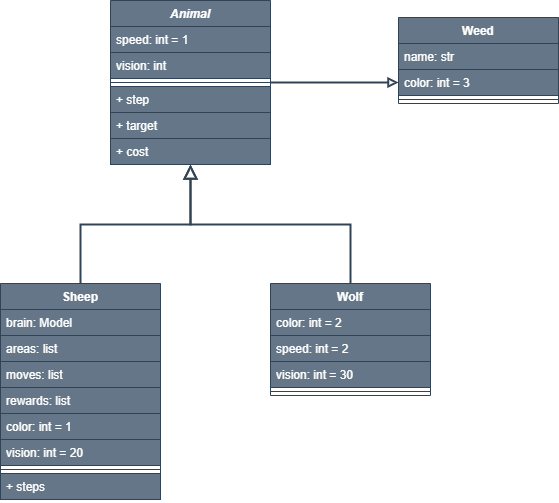
This is docs/umls/classes.png from kamnsv/AI-Life-Simulator, a draw.io export, as it was before one commit. Source tidied: cells renumbered, new cells last; positions are measured from the earlier drawing's top-left corner, leaving out a move shared by most shapes. The source it was exported from:
```xml
<mxGraphModel>
  <root>
    <mxCell id="0" />
    <mxCell id="1" parent="0" />
    <mxCell id="2" style="edgeStyle=orthogonalEdgeStyle;rounded=0;jettySize=auto;html=1;entryX=0;entryY=0.5;entryDx=0;entryDy=0;endArrow=block;endFill=0;labelBackgroundColor=none;strokeColor=#314354;fontColor=default;fillColor=#647687;strokeWidth=2;" parent="1" edge="1" source="3" target="28">
      <mxGeometry relative="1" as="geometry" />
    </mxCell>
    <mxCell id="3" value="Animal" style="swimlane;fontStyle=3;align=center;verticalAlign=top;horizontal=1;startSize=26;rounded=0;shadow=0;strokeWidth=1;labelBackgroundColor=none;fillColor=#647687;strokeColor=#314354;fontColor=#ffffff;" parent="1" vertex="1">
      <mxGeometry x="110" width="160" height="164" as="geometry" />
    </mxCell>
    <mxCell id="4" value="speed: int = 1" style="text;align=left;verticalAlign=top;spacingLeft=4;spacingRight=4;overflow=hidden;labelBackgroundColor=none;fillColor=#647687;strokeColor=#314354;fontColor=#ffffff;" parent="3" vertex="1">
      <mxGeometry y="26" width="160" height="26" as="geometry" />
    </mxCell>
    <mxCell id="5" value="vision: int" style="text;align=left;verticalAlign=top;spacingLeft=4;spacingRight=4;overflow=hidden;rounded=0;shadow=0;html=0;labelBackgroundColor=none;fillColor=#647687;strokeColor=#314354;fontColor=#ffffff;" parent="3" vertex="1">
      <mxGeometry y="52" width="160" height="26" as="geometry" />
    </mxCell>
    <mxCell id="6" style="line;html=1;strokeWidth=1;align=left;verticalAlign=middle;spacingTop=-1;spacingLeft=3;spacingRight=3;labelPosition=right;labelBackgroundColor=none;fillColor=#647687;strokeColor=#314354;fontColor=#ffffff;" parent="3" vertex="1">
      <mxGeometry y="78" width="160" height="8" as="geometry" />
    </mxCell>
    <mxCell id="7" value="+ step" style="text;align=left;verticalAlign=top;spacingLeft=4;spacingRight=4;overflow=hidden;labelBackgroundColor=none;fillColor=#647687;strokeColor=#314354;fontColor=#ffffff;" parent="3" vertex="1">
      <mxGeometry y="86" width="160" height="26" as="geometry" />
    </mxCell>
    <mxCell id="8" value="+ target" style="text;align=left;verticalAlign=top;spacingLeft=4;spacingRight=4;overflow=hidden;labelBackgroundColor=none;fillColor=#647687;strokeColor=#314354;fontColor=#ffffff;" parent="3" vertex="1">
      <mxGeometry y="112" width="160" height="26" as="geometry" />
    </mxCell>
    <mxCell id="9" value="+ cost" style="text;align=left;verticalAlign=top;spacingLeft=4;spacingRight=4;overflow=hidden;labelBackgroundColor=none;fillColor=#647687;strokeColor=#314354;fontColor=#ffffff;" parent="3" vertex="1">
      <mxGeometry y="138" width="160" height="26" as="geometry" />
    </mxCell>
    <mxCell id="10" value="Sheep" style="swimlane;fontStyle=1;align=center;verticalAlign=top;horizontal=1;startSize=26;rounded=0;shadow=0;strokeWidth=1;labelBackgroundColor=none;fillColor=#647687;strokeColor=#314354;fontColor=#ffffff;" parent="1" vertex="1">
      <mxGeometry y="283" width="160" height="216" as="geometry" />
    </mxCell>
    <mxCell id="11" value="brain: Model" style="text;align=left;verticalAlign=top;spacingLeft=4;spacingRight=4;overflow=hidden;labelBackgroundColor=none;fillColor=#647687;strokeColor=#314354;fontColor=#ffffff;" parent="10" vertex="1">
      <mxGeometry y="26" width="160" height="26" as="geometry" />
    </mxCell>
    <mxCell id="12" value="areas: list" style="text;align=left;verticalAlign=top;spacingLeft=4;spacingRight=4;overflow=hidden;rounded=0;shadow=0;html=0;labelBackgroundColor=none;fillColor=#647687;strokeColor=#314354;fontColor=#ffffff;" parent="10" vertex="1">
      <mxGeometry y="52" width="160" height="26" as="geometry" />
    </mxCell>
    <mxCell id="13" value="moves: list" style="text;align=left;verticalAlign=top;spacingLeft=4;spacingRight=4;overflow=hidden;rounded=0;shadow=0;html=0;labelBackgroundColor=none;fillColor=#647687;strokeColor=#314354;fontColor=#ffffff;" parent="10" vertex="1">
      <mxGeometry y="78" width="160" height="26" as="geometry" />
    </mxCell>
    <mxCell id="14" value="rewards: list" style="text;align=left;verticalAlign=top;spacingLeft=4;spacingRight=4;overflow=hidden;rounded=0;shadow=0;html=0;labelBackgroundColor=none;fillColor=#647687;strokeColor=#314354;fontColor=#ffffff;" parent="10" vertex="1">
      <mxGeometry y="104" width="160" height="26" as="geometry" />
    </mxCell>
    <mxCell id="15" value="color: int = 1" style="text;align=left;verticalAlign=top;spacingLeft=4;spacingRight=4;overflow=hidden;rounded=0;shadow=0;html=0;labelBackgroundColor=none;fillColor=#647687;strokeColor=#314354;fontColor=#ffffff;" parent="10" vertex="1">
      <mxGeometry y="130" width="160" height="26" as="geometry" />
    </mxCell>
    <mxCell id="16" value="vision: int = 20" style="text;align=left;verticalAlign=top;spacingLeft=4;spacingRight=4;overflow=hidden;rounded=0;shadow=0;html=0;labelBackgroundColor=none;fillColor=#647687;strokeColor=#314354;fontColor=#ffffff;" parent="10" vertex="1">
      <mxGeometry y="156" width="160" height="26" as="geometry" />
    </mxCell>
    <mxCell id="17" style="line;html=1;strokeWidth=1;align=left;verticalAlign=middle;spacingTop=-1;spacingLeft=3;spacingRight=3;labelPosition=right;labelBackgroundColor=none;fillColor=#647687;strokeColor=#314354;fontColor=#ffffff;" parent="10" vertex="1">
      <mxGeometry y="182" width="160" height="8" as="geometry" />
    </mxCell>
    <mxCell id="18" value="+ steps" style="text;align=left;verticalAlign=top;spacingLeft=4;spacingRight=4;overflow=hidden;labelBackgroundColor=none;fillColor=#647687;strokeColor=#314354;fontColor=#ffffff;" parent="10" vertex="1">
      <mxGeometry y="190" width="160" height="26" as="geometry" />
    </mxCell>
    <mxCell id="19" style="endArrow=block;endSize=10;endFill=0;shadow=0;strokeWidth=2;rounded=0;edgeStyle=elbowEdgeStyle;elbow=vertical;labelBackgroundColor=none;strokeColor=#314354;fontColor=default;fillColor=#647687;" parent="1" edge="1" source="10" target="3">
      <mxGeometry relative="1" as="geometry" />
    </mxCell>
    <mxCell id="20" value="Wolf" style="swimlane;fontStyle=1;align=center;verticalAlign=top;horizontal=1;startSize=26;rounded=0;shadow=0;strokeWidth=1;labelBackgroundColor=none;fillColor=#647687;strokeColor=#314354;fontColor=#ffffff;" parent="1" vertex="1">
      <mxGeometry x="270" y="283" width="160" height="112" as="geometry" />
    </mxCell>
    <mxCell id="21" value="color: int = 2" style="text;align=left;verticalAlign=top;spacingLeft=4;spacingRight=4;overflow=hidden;labelBackgroundColor=none;fillColor=#647687;strokeColor=#314354;fontColor=#ffffff;" parent="20" vertex="1">
      <mxGeometry y="26" width="160" height="26" as="geometry" />
    </mxCell>
    <mxCell id="22" value="speed: int = 2" style="text;align=left;verticalAlign=top;spacingLeft=4;spacingRight=4;overflow=hidden;labelBackgroundColor=none;fillColor=#647687;strokeColor=#314354;fontColor=#ffffff;" parent="20" vertex="1">
      <mxGeometry y="52" width="160" height="26" as="geometry" />
    </mxCell>
    <mxCell id="23" value="vision: int = 30" style="text;align=left;verticalAlign=top;spacingLeft=4;spacingRight=4;overflow=hidden;labelBackgroundColor=none;fillColor=#647687;strokeColor=#314354;fontColor=#ffffff;" parent="20" vertex="1">
      <mxGeometry y="78" width="160" height="26" as="geometry" />
    </mxCell>
    <mxCell id="24" style="line;html=1;strokeWidth=1;align=left;verticalAlign=middle;spacingTop=-1;spacingLeft=3;spacingRight=3;labelPosition=right;labelBackgroundColor=none;fillColor=#647687;strokeColor=#314354;fontColor=#ffffff;" parent="20" vertex="1">
      <mxGeometry y="104" width="160" height="8" as="geometry" />
    </mxCell>
    <mxCell id="25" style="endArrow=block;endSize=10;endFill=0;shadow=0;strokeWidth=2;rounded=0;edgeStyle=elbowEdgeStyle;elbow=vertical;labelBackgroundColor=none;strokeColor=#314354;fontColor=default;fillColor=#647687;" parent="1" edge="1" source="20" target="3">
      <mxGeometry relative="1" as="geometry" />
    </mxCell>
    <mxCell id="26" value="Weed" style="swimlane;fontStyle=1;align=center;verticalAlign=top;horizontal=1;startSize=26;rounded=0;shadow=0;strokeWidth=1;labelBackgroundColor=none;fillColor=#647687;strokeColor=#314354;fontColor=#ffffff;" parent="1" vertex="1">
      <mxGeometry x="398" y="17" width="160" height="86" as="geometry" />
    </mxCell>
    <mxCell id="27" value="name: str" style="text;align=left;verticalAlign=top;spacingLeft=4;spacingRight=4;overflow=hidden;labelBackgroundColor=none;fillColor=#647687;strokeColor=#314354;fontColor=#ffffff;" parent="26" vertex="1">
      <mxGeometry y="26" width="160" height="26" as="geometry" />
    </mxCell>
    <mxCell id="28" value="color: int = 3" style="text;align=left;verticalAlign=top;spacingLeft=4;spacingRight=4;overflow=hidden;points=[[0,0.5],[1,0.5]];portConstraint=eastwest;rounded=0;shadow=0;html=0;labelBackgroundColor=none;fillColor=#647687;strokeColor=#314354;fontColor=#ffffff;" parent="26" vertex="1">
      <mxGeometry y="52" width="160" height="26" as="geometry" />
    </mxCell>
    <mxCell id="29" style="line;html=1;strokeWidth=1;align=left;verticalAlign=middle;spacingTop=-1;spacingLeft=3;spacingRight=3;labelPosition=right;labelBackgroundColor=none;fillColor=#647687;strokeColor=#314354;fontColor=#ffffff;" parent="26" vertex="1">
      <mxGeometry y="78" width="160" height="8" as="geometry" />
    </mxCell>
  </root>
</mxGraphModel>
```
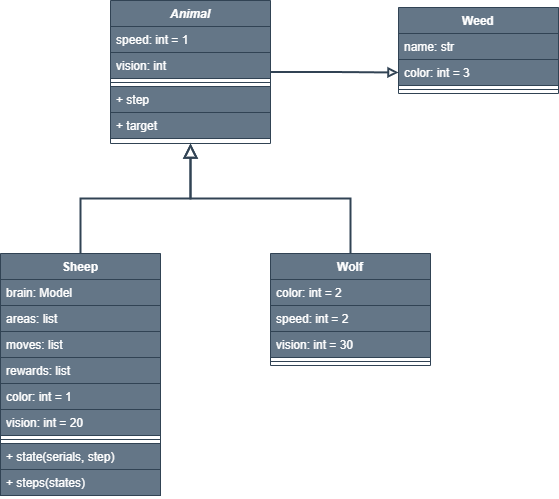
The same file after the commit.

Change to the diagram source:
```diff
@@ -6,7 +6,7 @@
       <mxGeometry relative="1" as="geometry" />
     </mxCell>
     <mxCell id="3" value="Animal" style="swimlane;fontStyle=3;align=center;verticalAlign=top;horizontal=1;startSize=26;rounded=0;shadow=0;strokeWidth=1;labelBackgroundColor=none;fillColor=#647687;strokeColor=#314354;fontColor=#ffffff;" parent="1" vertex="1">
-      <mxGeometry x="110" width="160" height="164" as="geometry" />
+      <mxGeometry x="110" width="160" height="143" as="geometry" />
     </mxCell>
     <mxCell id="4" value="speed: int = 1" style="text;align=left;verticalAlign=top;spacingLeft=4;spacingRight=4;overflow=hidden;labelBackgroundColor=none;fillColor=#647687;strokeColor=#314354;fontColor=#ffffff;" parent="3" vertex="1">
       <mxGeometry y="26" width="160" height="26" as="geometry" />
@@ -23,11 +23,8 @@
     <mxCell id="8" value="+ target" style="text;align=left;verticalAlign=top;spacingLeft=4;spacingRight=4;overflow=hidden;labelBackgroundColor=none;fillColor=#647687;strokeColor=#314354;fontColor=#ffffff;" parent="3" vertex="1">
       <mxGeometry y="112" width="160" height="26" as="geometry" />
     </mxCell>
-    <mxCell id="9" value="+ cost" style="text;align=left;verticalAlign=top;spacingLeft=4;spacingRight=4;overflow=hidden;labelBackgroundColor=none;fillColor=#647687;strokeColor=#314354;fontColor=#ffffff;" parent="3" vertex="1">
-      <mxGeometry y="138" width="160" height="26" as="geometry" />
-    </mxCell>
     <mxCell id="10" value="Sheep" style="swimlane;fontStyle=1;align=center;verticalAlign=top;horizontal=1;startSize=26;rounded=0;shadow=0;strokeWidth=1;labelBackgroundColor=none;fillColor=#647687;strokeColor=#314354;fontColor=#ffffff;" parent="1" vertex="1">
-      <mxGeometry y="283" width="160" height="216" as="geometry" />
+      <mxGeometry y="253" width="160" height="242" as="geometry" />
     </mxCell>
     <mxCell id="11" value="brain: Model" style="text;align=left;verticalAlign=top;spacingLeft=4;spacingRight=4;overflow=hidden;labelBackgroundColor=none;fillColor=#647687;strokeColor=#314354;fontColor=#ffffff;" parent="10" vertex="1">
       <mxGeometry y="26" width="160" height="26" as="geometry" />
@@ -50,14 +47,17 @@
     <mxCell id="17" style="line;html=1;strokeWidth=1;align=left;verticalAlign=middle;spacingTop=-1;spacingLeft=3;spacingRight=3;labelPosition=right;labelBackgroundColor=none;fillColor=#647687;strokeColor=#314354;fontColor=#ffffff;" parent="10" vertex="1">
       <mxGeometry y="182" width="160" height="8" as="geometry" />
     </mxCell>
-    <mxCell id="18" value="+ steps" style="text;align=left;verticalAlign=top;spacingLeft=4;spacingRight=4;overflow=hidden;labelBackgroundColor=none;fillColor=#647687;strokeColor=#314354;fontColor=#ffffff;" parent="10" vertex="1">
+    <mxCell id="18" value="+ state(serials, step)" style="text;align=left;verticalAlign=top;spacingLeft=4;spacingRight=4;overflow=hidden;labelBackgroundColor=none;fillColor=#647687;strokeColor=#314354;fontColor=#ffffff;" parent="10" vertex="1">
       <mxGeometry y="190" width="160" height="26" as="geometry" />
     </mxCell>
+    <mxCell id="30" value="+ steps(states)" style="text;align=left;verticalAlign=top;spacingLeft=4;spacingRight=4;overflow=hidden;labelBackgroundColor=none;fillColor=#647687;strokeColor=#314354;fontColor=#ffffff;" parent="10" vertex="1">
+      <mxGeometry y="216" width="160" height="26" as="geometry" />
+    </mxCell>
     <mxCell id="19" style="endArrow=block;endSize=10;endFill=0;shadow=0;strokeWidth=2;rounded=0;edgeStyle=elbowEdgeStyle;elbow=vertical;labelBackgroundColor=none;strokeColor=#314354;fontColor=default;fillColor=#647687;" parent="1" edge="1" source="10" target="3">
       <mxGeometry relative="1" as="geometry" />
     </mxCell>
     <mxCell id="20" value="Wolf" style="swimlane;fontStyle=1;align=center;verticalAlign=top;horizontal=1;startSize=26;rounded=0;shadow=0;strokeWidth=1;labelBackgroundColor=none;fillColor=#647687;strokeColor=#314354;fontColor=#ffffff;" parent="1" vertex="1">
-      <mxGeometry x="270" y="283" width="160" height="112" as="geometry" />
+      <mxGeometry x="270" y="253" width="160" height="112" as="geometry" />
     </mxCell>
     <mxCell id="21" value="color: int = 2" style="text;align=left;verticalAlign=top;spacingLeft=4;spacingRight=4;overflow=hidden;labelBackgroundColor=none;fillColor=#647687;strokeColor=#314354;fontColor=#ffffff;" parent="20" vertex="1">
       <mxGeometry y="26" width="160" height="26" as="geometry" />
@@ -75,7 +75,7 @@
       <mxGeometry relative="1" as="geometry" />
     </mxCell>
     <mxCell id="26" value="Weed" style="swimlane;fontStyle=1;align=center;verticalAlign=top;horizontal=1;startSize=26;rounded=0;shadow=0;strokeWidth=1;labelBackgroundColor=none;fillColor=#647687;strokeColor=#314354;fontColor=#ffffff;" parent="1" vertex="1">
-      <mxGeometry x="398" y="17" width="160" height="86" as="geometry" />
+      <mxGeometry x="398" y="7" width="160" height="86" as="geometry" />
     </mxCell>
     <mxCell id="27" value="name: str" style="text;align=left;verticalAlign=top;spacingLeft=4;spacingRight=4;overflow=hidden;labelBackgroundColor=none;fillColor=#647687;strokeColor=#314354;fontColor=#ffffff;" parent="26" vertex="1">
       <mxGeometry y="26" width="160" height="26" as="geometry" />
```
